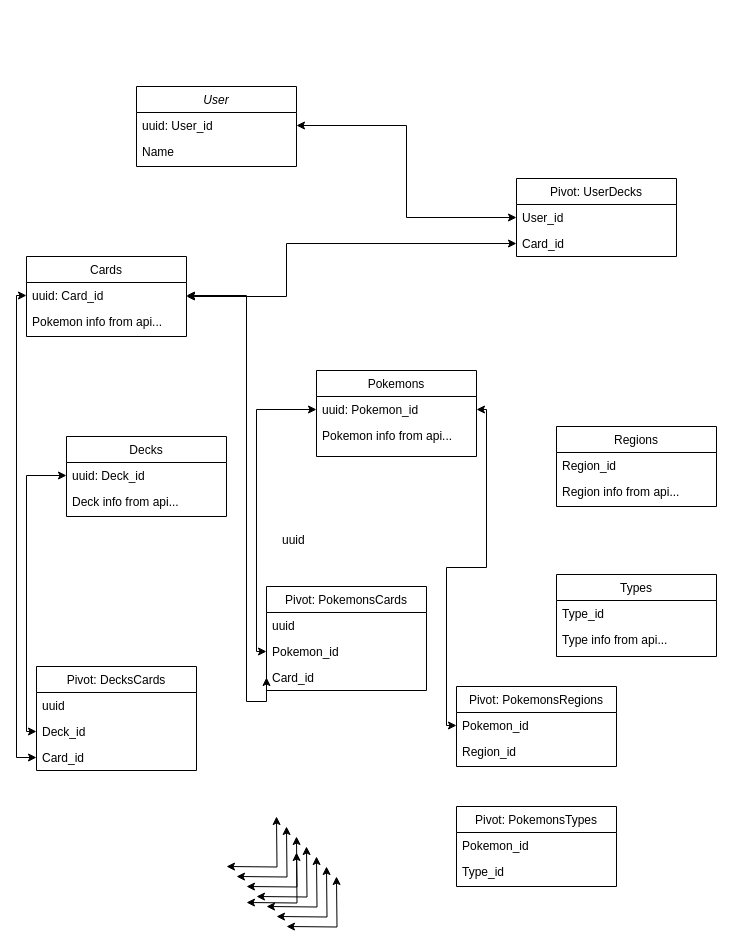
ecreatrix/personal-pokemon keeps this draw.io diagram as Pokemon.drawio. Above is the earlier version. Source tidied: cells renumbered, new cells numbered last; positions are measured from the earlier drawing's top-left corner, leaving out a move shared by most shapes. Both pictures are drawn from the tidied source at 100%, with x=0, y=0 at pixel (26, 86).
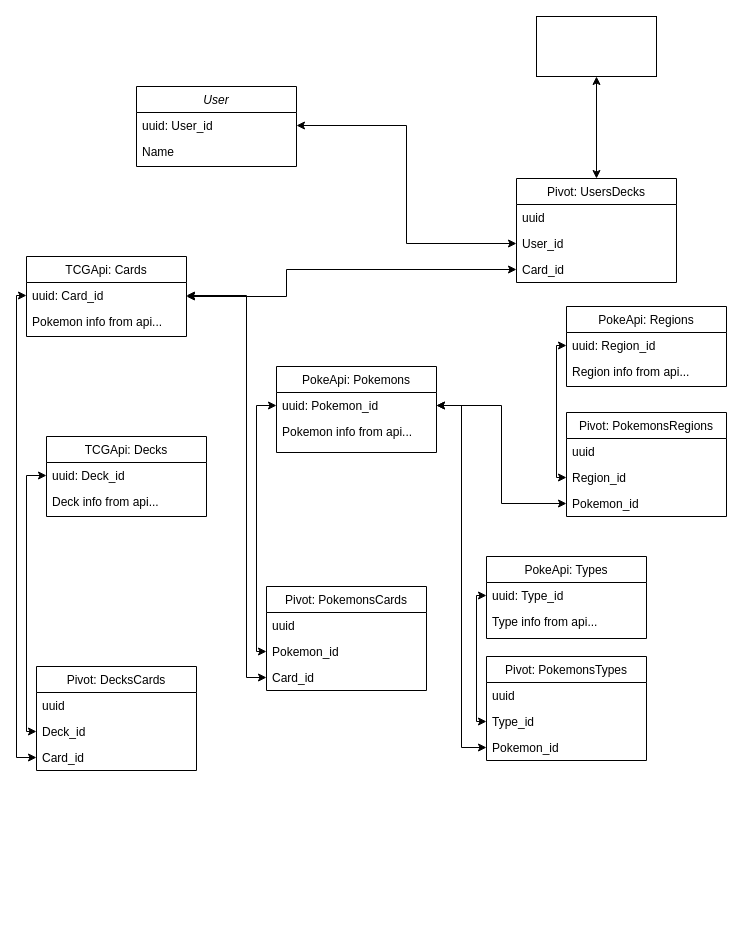
After the change.

Unchanged cells that the change refers to:
```xml
<mxCell id="6" value="uuid: Card_id" style="text;align=left;verticalAlign=top;spacingLeft=4;spacingRight=4;overflow=hidden;points=[[0,0.5],[1,0.5]];portConstraint=eastwest;" parent="5" vertex="1">
  <mxGeometry y="26" width="160" height="26" as="geometry" />
</mxCell>
<mxCell id="9" value="uuid: Pokemon_id" style="text;align=left;verticalAlign=top;spacingLeft=4;spacingRight=4;overflow=hidden;points=[[0,0.5],[1,0.5]];portConstraint=eastwest;" parent="8" vertex="1">
  <mxGeometry y="26" width="160" height="26" as="geometry" />
</mxCell>
<mxCell id="22" value="Card_id" style="text;align=left;verticalAlign=top;spacingLeft=4;spacingRight=4;overflow=hidden;points=[[0,0.5],[1,0.5]];portConstraint=eastwest;rounded=0;shadow=0;html=0;" parent="19" vertex="1">
  <mxGeometry y="78" width="160" height="26" as="geometry" />
</mxCell>
```

The edit, as a diff of the source:
```diff
@@
-    <mxCell id="5" value="Cards" style="swimlane;fontStyle=0;align=center;verticalAlign=top;horizontal=1;startSize=26;rounded=0;shadow=0;strokeWidth=1;swimlaneLine=1;" parent="1" vertex="1">
+    <mxCell id="5" value="TCGApi: Cards" style="swimlane;fontStyle=0;align=center;verticalAlign=top;horizontal=1;startSize=26;rounded=0;shadow=0;strokeWidth=1;swimlaneLine=1;" parent="1" vertex="1">
       <mxGeometry y="170" width="160" height="80" as="geometry" />
     </mxCell>
@@
-    <mxCell id="8" value="Pokemons" style="swimlane;fontStyle=0;align=center;verticalAlign=top;horizontal=1;startSize=26;rounded=0;shadow=0;strokeWidth=1;" parent="1" vertex="1">
-      <mxGeometry x="290" y="284" width="160" height="86" as="geometry" />
+    <mxCell id="8" value="PokeApi: Pokemons" style="swimlane;fontStyle=0;align=center;verticalAlign=top;horizontal=1;startSize=26;rounded=0;shadow=0;strokeWidth=1;" parent="1" vertex="1">
+      <mxGeometry x="250" y="280" width="160" height="86" as="geometry" />
     </mxCell>
@@
+    <mxCell id="53" style="edgeStyle=orthogonalEdgeStyle;rounded=0;jettySize=auto;html=1;startArrow=classic;startFill=1;endArrow=classic;endFill=1;" parent="1" edge="1" source="11" target="56">
+      <mxGeometry relative="1" as="geometry" />
+    </mxCell>
-    <mxCell id="11" value="Pivot: UserDecks" style="swimlane;fontStyle=0;align=center;verticalAlign=top;horizontal=1;startSize=26;rounded=0;shadow=0;strokeWidth=1;" parent="1" vertex="1">
-      <mxGeometry x="490" y="92" width="160" height="78" as="geometry" />
+    <mxCell id="11" value="Pivot: UsersDecks" style="swimlane;fontStyle=0;align=center;verticalAlign=top;horizontal=1;startSize=26;rounded=0;shadow=0;strokeWidth=1;" parent="1" vertex="1">
+      <mxGeometry x="490" y="92" width="160" height="104" as="geometry" />
     </mxCell>
+    <mxCell id="52" value="uuid" style="text;align=left;verticalAlign=top;spacingLeft=4;spacingRight=4;overflow=hidden;rounded=0;shadow=0;html=0;" parent="11" vertex="1">
+      <mxGeometry y="26" width="160" height="26" as="geometry" />
+    </mxCell>
     <mxCell id="12" value="User_id" style="text;align=left;verticalAlign=top;spacingLeft=4;spacingRight=4;overflow=hidden;points=[[0,0.5],[1,0.5]];portConstraint=eastwest;rounded=0;shadow=0;html=0;" parent="11" vertex="1">
-      <mxGeometry y="26" width="160" height="26" as="geometry" />
+      <mxGeometry y="52" width="160" height="26" as="geometry" />
     </mxCell>
     <mxCell id="13" value="Card_id" style="text;align=left;verticalAlign=top;spacingLeft=4;spacingRight=4;overflow=hidden;points=[[0,0.5],[1,0.5]];portConstraint=eastwest;rounded=0;shadow=0;html=0;" parent="11" vertex="1">
-      <mxGeometry y="52" width="160" height="26" as="geometry" />
+      <mxGeometry y="78" width="160" height="26" as="geometry" />
     </mxCell>
@@
-    <mxCell id="15" value="Decks" style="swimlane;fontStyle=0;align=center;verticalAlign=top;horizontal=1;startSize=26;rounded=0;shadow=0;strokeWidth=1;" parent="1" vertex="1">
-      <mxGeometry x="40" y="350" width="160" height="80" as="geometry" />
+    <mxCell id="15" value="TCGApi: Decks" style="swimlane;fontStyle=0;align=center;verticalAlign=top;horizontal=1;startSize=26;rounded=0;shadow=0;strokeWidth=1;" parent="1" vertex="1">
+      <mxGeometry x="20" y="350" width="160" height="80" as="geometry" />
     </mxCell>
@@
     <mxCell id="18" style="endArrow=classic;startArrow=classic;html=1;rounded=0;edgeStyle=orthogonalEdgeStyle;entryX=0;entryY=0.5;entryDx=0;entryDy=0;" parent="1" edge="1" target="13">
       <mxGeometry relative="1" as="geometry">
         <mxPoint x="160" y="210" as="sourcePoint" />
         <Array as="points">
           <mxPoint x="260" y="210" />
-          <mxPoint x="260" y="157" />
+          <mxPoint x="260" y="183" />
         </Array>
       </mxGeometry>
     </mxCell>
@@
     <mxCell id="24" style="endArrow=classic;startArrow=classic;html=1;rounded=0;entryX=1;entryY=0.5;entryDx=0;entryDy=0;exitX=0;exitY=0.5;exitDx=0;exitDy=0;edgeStyle=orthogonalEdgeStyle;" parent="1" edge="1" source="22" target="6">
       <mxGeometry relative="1" as="geometry">
         <Array as="points">
-          <mxPoint x="240" y="615" />
-          <mxPoint x="220" y="615" />
+          <mxPoint x="220" y="591" />
           <mxPoint x="220" y="209" />
         </Array>
       </mxGeometry>
     </mxCell>
@@
-    <mxCell id="29" style="endArrow=classic;startArrow=classic;html=1;rounded=0;edgeStyle=orthogonalEdgeStyle;" parent="1" edge="1">
-      <mxGeometry relative="1" as="geometry">
-        <mxPoint x="200" y="780" as="sourcePoint" />
-        <mxPoint x="250" y="730" as="targetPoint" />
-      </mxGeometry>
-    </mxCell>
-    <mxCell id="30" style="endArrow=classic;startArrow=classic;html=1;rounded=0;edgeStyle=orthogonalEdgeStyle;" parent="1" edge="1">
-      <mxGeometry relative="1" as="geometry">
-        <mxPoint x="220" y="816" as="sourcePoint" />
-        <mxPoint x="270" y="766" as="targetPoint" />
-      </mxGeometry>
-    </mxCell>
@@
-    <mxCell id="34" style="endArrow=classic;startArrow=classic;html=1;rounded=0;edgeStyle=orthogonalEdgeStyle;" parent="1" edge="1">
-      <mxGeometry relative="1" as="geometry">
-        <mxPoint x="210" y="790" as="sourcePoint" />
-        <mxPoint x="260" y="740" as="targetPoint" />
-      </mxGeometry>
-    </mxCell>
-    <mxCell id="35" style="endArrow=classic;startArrow=classic;html=1;rounded=0;edgeStyle=orthogonalEdgeStyle;" parent="1" edge="1">
-      <mxGeometry relative="1" as="geometry">
-        <mxPoint x="220" y="800" as="sourcePoint" />
-        <mxPoint x="270" y="750" as="targetPoint" />
-      </mxGeometry>
-    </mxCell>
-    <mxCell id="36" style="endArrow=classic;startArrow=classic;html=1;rounded=0;edgeStyle=orthogonalEdgeStyle;" parent="1" edge="1">
-      <mxGeometry relative="1" as="geometry">
-        <mxPoint x="230" y="810" as="sourcePoint" />
-        <mxPoint x="280" y="760" as="targetPoint" />
-      </mxGeometry>
-    </mxCell>
-    <mxCell id="37" style="endArrow=classic;startArrow=classic;html=1;rounded=0;edgeStyle=orthogonalEdgeStyle;" parent="1" edge="1">
-      <mxGeometry relative="1" as="geometry">
-        <mxPoint x="240" y="820" as="sourcePoint" />
-        <mxPoint x="290" y="770" as="targetPoint" />
-      </mxGeometry>
+    <mxCell id="37" style="endArrow=classic;startArrow=classic;html=1;rounded=0;edgeStyle=orthogonalEdgeStyle;exitX=0;exitY=0.5;exitDx=0;exitDy=0;entryX=0;entryY=0.5;entryDx=0;entryDy=0;" parent="1" edge="1" source="48" target="41">
+      <mxGeometry relative="1" as="geometry" />
     </mxCell>
-    <mxCell id="38" style="endArrow=classic;startArrow=classic;html=1;rounded=0;edgeStyle=orthogonalEdgeStyle;" parent="1" edge="1">
-      <mxGeometry relative="1" as="geometry">
-        <mxPoint x="250" y="830" as="sourcePoint" />
-        <mxPoint x="300" y="780" as="targetPoint" />
-      </mxGeometry>
+    <mxCell id="38" style="endArrow=classic;startArrow=classic;html=1;rounded=0;edgeStyle=orthogonalEdgeStyle;exitX=0;exitY=0.5;exitDx=0;exitDy=0;entryX=0;entryY=0.5;entryDx=0;entryDy=0;" parent="1" edge="1" source="51" target="44">
+      <mxGeometry relative="1" as="geometry" />
     </mxCell>
-    <mxCell id="39" style="endArrow=classic;startArrow=classic;html=1;rounded=0;edgeStyle=orthogonalEdgeStyle;" parent="1" edge="1">
-      <mxGeometry relative="1" as="geometry">
-        <mxPoint x="260" y="840" as="sourcePoint" />
-        <mxPoint x="310" y="790" as="targetPoint" />
-      </mxGeometry>
+    <mxCell id="39" style="endArrow=classic;startArrow=classic;html=1;rounded=0;edgeStyle=orthogonalEdgeStyle;exitX=1;exitY=0.5;exitDx=0;exitDy=0;entryX=0;entryY=0.5;entryDx=0;entryDy=0;" parent="1" edge="1" source="9" target="50">
+      <mxGeometry relative="1" as="geometry" />
     </mxCell>
-    <mxCell id="40" value="Regions" style="swimlane;fontStyle=0;align=center;verticalAlign=top;horizontal=1;startSize=26;rounded=0;shadow=0;strokeWidth=1;" parent="1" vertex="1">
-      <mxGeometry x="530" y="340" width="160" height="80" as="geometry" />
+    <mxCell id="40" value="PokeApi: Regions" style="swimlane;fontStyle=0;align=center;verticalAlign=top;horizontal=1;startSize=26;rounded=0;shadow=0;strokeWidth=1;" parent="1" vertex="1">
+      <mxGeometry x="540" y="220" width="160" height="80" as="geometry" />
     </mxCell>
-    <mxCell id="41" value="Region_id" style="text;align=left;verticalAlign=top;spacingLeft=4;spacingRight=4;overflow=hidden;points=[[0,0.5],[1,0.5]];portConstraint=eastwest;" parent="40" vertex="1">
+    <mxCell id="41" value="uuid: Region_id" style="text;align=left;verticalAlign=top;spacingLeft=4;spacingRight=4;overflow=hidden;points=[[0,0.5],[1,0.5]];portConstraint=eastwest;" parent="40" vertex="1">
       <mxGeometry y="26" width="160" height="26" as="geometry" />
     </mxCell>
@@
-    <mxCell id="43" value="Types" style="swimlane;fontStyle=0;align=center;verticalAlign=top;horizontal=1;startSize=26;rounded=0;shadow=0;strokeWidth=1;" parent="1" vertex="1">
-      <mxGeometry x="530" y="488" width="160" height="82" as="geometry" />
+    <mxCell id="43" value="PokeApi: Types" style="swimlane;fontStyle=0;align=center;verticalAlign=top;horizontal=1;startSize=26;rounded=0;shadow=0;strokeWidth=1;" parent="1" vertex="1">
+      <mxGeometry x="460" y="470" width="160" height="82" as="geometry" />
     </mxCell>
-    <mxCell id="44" value="Type_id" style="text;align=left;verticalAlign=top;spacingLeft=4;spacingRight=4;overflow=hidden;points=[[0,0.5],[1,0.5]];portConstraint=eastwest;" parent="43" vertex="1">
+    <mxCell id="44" value="uuid: Type_id" style="text;align=left;verticalAlign=top;spacingLeft=4;spacingRight=4;overflow=hidden;points=[[0,0.5],[1,0.5]];portConstraint=eastwest;" parent="43" vertex="1">
       <mxGeometry y="26" width="160" height="26" as="geometry" />
     </mxCell>
@@
     <mxCell id="46" value="Pivot: PokemonsRegions" style="swimlane;fontStyle=0;align=center;verticalAlign=top;horizontal=1;startSize=26;rounded=0;shadow=0;strokeWidth=1;" parent="1" vertex="1">
-      <mxGeometry x="430" y="600" width="160" height="80" as="geometry" />
+      <mxGeometry x="540" y="326" width="160" height="104" as="geometry" />
     </mxCell>
+    <mxCell id="54" value="uuid" style="text;align=left;verticalAlign=top;spacingLeft=4;spacingRight=4;overflow=hidden;rounded=0;shadow=0;html=0;" parent="46" vertex="1">
+      <mxGeometry y="26" width="160" height="26" as="geometry" />
+    </mxCell>
+    <mxCell id="48" value="Region_id" style="text;align=left;verticalAlign=top;spacingLeft=4;spacingRight=4;overflow=hidden;points=[[0,0.5],[1,0.5]];portConstraint=eastwest;rounded=0;shadow=0;html=0;" parent="46" vertex="1">
+      <mxGeometry y="52" width="160" height="26" as="geometry" />
+    </mxCell>
     <mxCell id="47" value="Pokemon_id" style="text;align=left;verticalAlign=top;spacingLeft=4;spacingRight=4;overflow=hidden;points=[[0,0.5],[1,0.5]];portConstraint=eastwest;rounded=0;shadow=0;html=0;" parent="46" vertex="1">
-      <mxGeometry y="26" width="160" height="26" as="geometry" />
+      <mxGeometry y="78" width="160" height="26" as="geometry" />
     </mxCell>
-    <mxCell id="48" value="Region_id" style="text;align=left;verticalAlign=top;spacingLeft=4;spacingRight=4;overflow=hidden;points=[[0,0.5],[1,0.5]];portConstraint=eastwest;rounded=0;shadow=0;html=0;" parent="46" vertex="1">
-      <mxGeometry y="52" width="160" height="26" as="geometry" />
-    </mxCell>
     <mxCell id="49" value="Pivot: PokemonsTypes" style="swimlane;fontStyle=0;align=center;verticalAlign=top;horizontal=1;startSize=26;rounded=0;shadow=0;strokeWidth=1;" parent="1" vertex="1">
-      <mxGeometry x="430" y="720" width="160" height="80" as="geometry" />
+      <mxGeometry x="460" y="570" width="160" height="104" as="geometry" />
     </mxCell>
+    <mxCell id="55" value="uuid" style="text;align=left;verticalAlign=top;spacingLeft=4;spacingRight=4;overflow=hidden;rounded=0;shadow=0;html=0;" parent="49" vertex="1">
+      <mxGeometry y="26" width="160" height="26" as="geometry" />
+    </mxCell>
+    <mxCell id="51" value="Type_id" style="text;align=left;verticalAlign=top;spacingLeft=4;spacingRight=4;overflow=hidden;points=[[0,0.5],[1,0.5]];portConstraint=eastwest;rounded=0;shadow=0;html=0;" parent="49" vertex="1">
+      <mxGeometry y="52" width="160" height="26" as="geometry" />
+    </mxCell>
     <mxCell id="50" value="Pokemon_id" style="text;align=left;verticalAlign=top;spacingLeft=4;spacingRight=4;overflow=hidden;points=[[0,0.5],[1,0.5]];portConstraint=eastwest;rounded=0;shadow=0;html=0;" parent="49" vertex="1">
-      <mxGeometry y="26" width="160" height="26" as="geometry" />
+      <mxGeometry y="78" width="160" height="26" as="geometry" />
     </mxCell>
-    <mxCell id="51" value="Type_id" style="text;align=left;verticalAlign=top;spacingLeft=4;spacingRight=4;overflow=hidden;points=[[0,0.5],[1,0.5]];portConstraint=eastwest;rounded=0;shadow=0;html=0;" parent="49" vertex="1">
-      <mxGeometry y="52" width="160" height="26" as="geometry" />
-    </mxCell>
-    <mxCell id="52" value="uuid" style="text;align=left;verticalAlign=top;spacingLeft=4;spacingRight=4;overflow=hidden;rounded=0;shadow=0;html=0;" parent="1" vertex="1">
-      <mxGeometry x="250" y="440" width="160" height="26" as="geometry" />
-    </mxCell>
+    <mxCell id="56" style="whiteSpace=wrap;html=1;verticalAlign=top;fontStyle=0;startSize=26;rounded=0;shadow=0;strokeWidth=1;" parent="1" vertex="1">
+      <mxGeometry x="510" y="-70" width="120" height="60" as="geometry" />
+    </mxCell>
```
